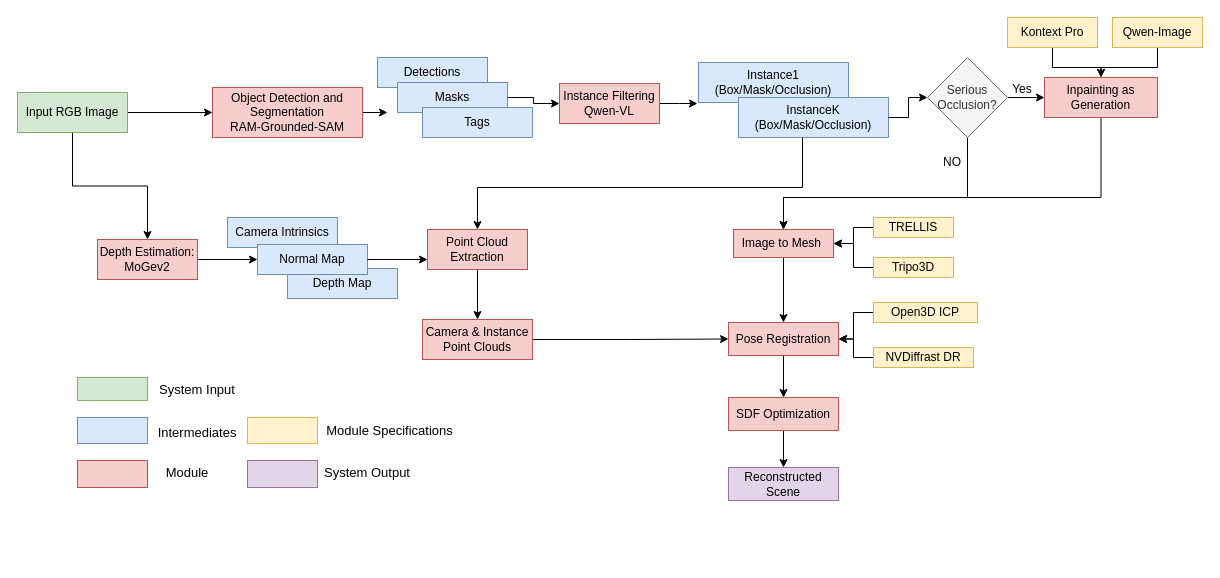
Before: assets/cast.drawio in louie-1988/CAST, a draw.io diagram. Source tidied: cells renumbered, new cells numbered last; positions are measured from the earlier drawing's top-left corner, leaving out a move shared by most shapes. Both pictures are drawn from the tidied source at 100%, with x=0, y=0 at pixel (17, 17).
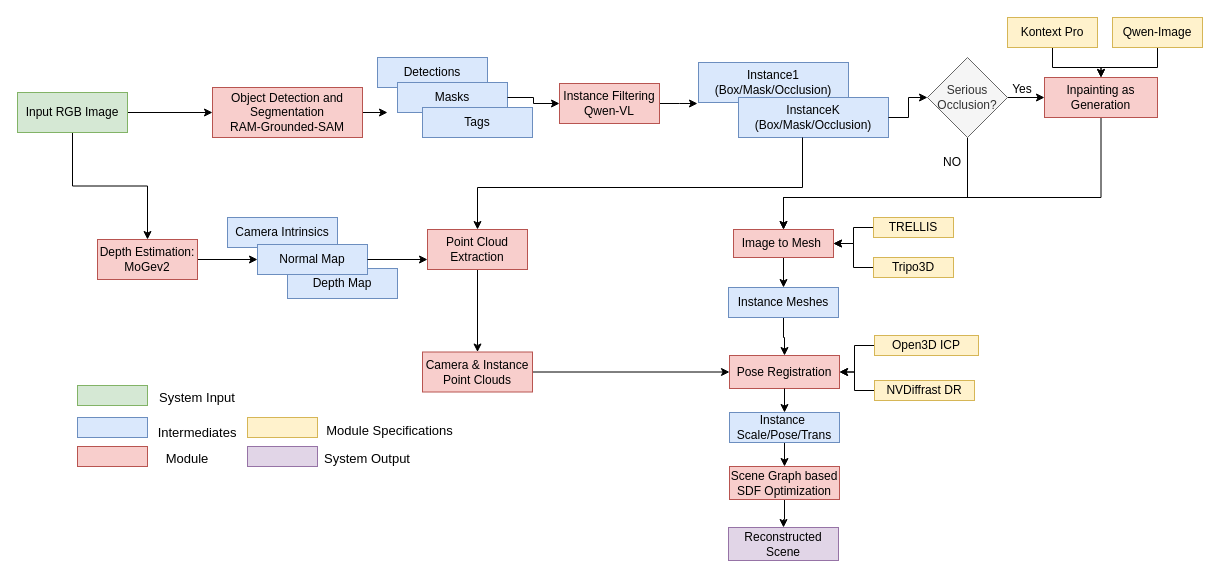
The same page after the edit.

Unchanged cells that the change refers to:
```xml
<mxCell id="18" value="Image to Mesh&amp;nbsp;" style="rounded=0;whiteSpace=wrap;html=1;fillColor=#f8cecc;strokeColor=#b85450;" parent="1" vertex="1">
  <mxGeometry x="716" y="212" width="100" height="28" as="geometry" />
</mxCell>
```

The edit, as a diff of the source:
```diff
@@
     <mxCell id="11" value="Open3D ICP" style="rounded=0;whiteSpace=wrap;html=1;fillColor=#fff2cc;strokeColor=#d6b656;" parent="1" vertex="1">
-      <mxGeometry x="856" y="285" width="104" height="20" as="geometry" />
+      <mxGeometry x="857" y="318" width="104" height="20" as="geometry" />
     </mxCell>
@@
-    <mxCell id="17" style="edgeStyle=orthogonalEdgeStyle;rounded=0;jettySize=auto;html=1;" parent="1" edge="1" source="18" target="26">
-      <mxGeometry relative="1" as="geometry" />
-    </mxCell>
+    <mxCell id="66" style="edgeStyle=orthogonalEdgeStyle;rounded=0;jettySize=auto;html=1;" parent="1" edge="1" source="18" target="68">
+      <mxGeometry relative="1" as="geometry" />
+    </mxCell>
@@
     <mxCell id="20" value="NVDiffrast DR" style="rounded=0;whiteSpace=wrap;html=1;fillColor=#fff2cc;strokeColor=#d6b656;" parent="1" vertex="1">
-      <mxGeometry x="856" y="330" width="100" height="20" as="geometry" />
+      <mxGeometry x="857" y="363" width="100" height="20" as="geometry" />
     </mxCell>
@@
-    <mxCell id="25" style="edgeStyle=orthogonalEdgeStyle;rounded=0;jettySize=auto;html=1;" parent="1" edge="1" source="26" target="47">
+    <mxCell id="25" style="edgeStyle=orthogonalEdgeStyle;rounded=0;jettySize=auto;html=1;exitX=0.5;exitY=1;exitDx=0;exitDy=0;" parent="1" edge="1" source="70" target="47">
       <mxGeometry relative="1" as="geometry" />
     </mxCell>
     <mxCell id="26" value="Pose Registration" style="rounded=0;whiteSpace=wrap;html=1;fillColor=#f8cecc;strokeColor=#b85450;" parent="1" vertex="1">
-      <mxGeometry x="711" y="305" width="110" height="33" as="geometry" />
+      <mxGeometry x="712" y="338" width="110" height="33" as="geometry" />
     </mxCell>
@@
     <mxCell id="40" value="Camera &amp;amp; Instance Point Clouds" style="rounded=0;whiteSpace=wrap;html=1;fillColor=#f8cecc;strokeColor=#b85450;" parent="1" vertex="1">
-      <mxGeometry x="405" y="302" width="110" height="40" as="geometry" />
+      <mxGeometry x="405" y="334.5" width="110" height="40" as="geometry" />
     </mxCell>
@@
-    <mxCell id="47" value="SDF Optimization" style="rounded=0;whiteSpace=wrap;html=1;fillColor=#f8cecc;strokeColor=#b85450;" parent="1" vertex="1">
-      <mxGeometry x="711" y="380" width="110" height="33" as="geometry" />
+    <mxCell id="47" value="Scene Graph based SDF Optimization" style="rounded=0;whiteSpace=wrap;html=1;fillColor=#f8cecc;strokeColor=#b85450;" parent="1" vertex="1">
+      <mxGeometry x="712" y="449" width="110" height="33" as="geometry" />
     </mxCell>
     <mxCell id="48" value="Reconstructed Scene" style="rounded=0;whiteSpace=wrap;html=1;fillColor=#e1d5e7;strokeColor=#9673a6;" parent="1" vertex="1">
-      <mxGeometry x="711" y="450" width="110" height="33" as="geometry" />
+      <mxGeometry x="711" y="510" width="110" height="33" as="geometry" />
     </mxCell>
@@
     <mxCell id="56" style="rounded=0;whiteSpace=wrap;html=1;fillColor=#d5e8d4;strokeColor=#82b366;" parent="1" vertex="1">
-      <mxGeometry x="60" y="360" width="70" height="23" as="geometry" />
+      <mxGeometry x="60" y="368" width="70" height="20" as="geometry" />
     </mxCell>
     <mxCell id="57" style="rounded=0;whiteSpace=wrap;html=1;fillColor=#e1d5e7;strokeColor=#9673a6;" parent="1" vertex="1">
-      <mxGeometry x="230" y="443" width="70" height="27" as="geometry" />
+      <mxGeometry x="230" y="429" width="70" height="20" as="geometry" />
     </mxCell>
     <mxCell id="58" style="rounded=0;whiteSpace=wrap;html=1;fillColor=#f8cecc;strokeColor=#b85450;" parent="1" vertex="1">
-      <mxGeometry x="60" y="443" width="70" height="27" as="geometry" />
+      <mxGeometry x="60" y="429" width="70" height="20" as="geometry" />
     </mxCell>
     <mxCell id="59" style="rounded=0;whiteSpace=wrap;html=1;fillColor=#dae8fc;strokeColor=#6c8ebf;" parent="1" vertex="1">
-      <mxGeometry x="60" y="400" width="70" height="26" as="geometry" />
+      <mxGeometry x="60" y="400" width="70" height="20" as="geometry" />
     </mxCell>
     <mxCell id="60" style="rounded=0;whiteSpace=wrap;html=1;fillColor=#fff2cc;strokeColor=#d6b656;" parent="1" vertex="1">
-      <mxGeometry x="230" y="400" width="70" height="26" as="geometry" />
+      <mxGeometry x="230" y="400" width="70" height="20" as="geometry" />
     </mxCell>
     <mxCell id="61" value="&lt;font style=&quot;font-size: 13px;&quot;&gt;System Input&lt;/font&gt;" style="text;strokeColor=none;align=center;fillColor=none;html=1;verticalAlign=middle;whiteSpace=wrap;rounded=0;" parent="1" vertex="1">
-      <mxGeometry x="140" y="356.5" width="80" height="30" as="geometry" />
+      <mxGeometry x="140" y="364.5" width="80" height="30" as="geometry" />
     </mxCell>
     <mxCell id="62" value="&lt;font style=&quot;font-size: 13px;&quot;&gt;System Output&lt;/font&gt;" style="text;strokeColor=none;align=center;fillColor=none;html=1;verticalAlign=middle;whiteSpace=wrap;rounded=0;" parent="1" vertex="1">
-      <mxGeometry x="305" y="440" width="90" height="30" as="geometry" />
+      <mxGeometry x="305" y="426" width="90" height="30" as="geometry" />
     </mxCell>
@@
     <mxCell id="64" value="&lt;font style=&quot;font-size: 13px;&quot;&gt;Module&lt;/font&gt;" style="text;strokeColor=none;align=center;fillColor=none;html=1;verticalAlign=middle;whiteSpace=wrap;rounded=0;" parent="1" vertex="1">
-      <mxGeometry x="130" y="440" width="80" height="30" as="geometry" />
+      <mxGeometry x="130" y="426" width="80" height="30" as="geometry" />
     </mxCell>
@@
+    <mxCell id="67" style="edgeStyle=orthogonalEdgeStyle;rounded=0;jettySize=auto;html=1;entryX=0.5;entryY=0;entryDx=0;entryDy=0;" parent="1" edge="1" source="68" target="26">
+      <mxGeometry relative="1" as="geometry" />
+    </mxCell>
+    <mxCell id="68" value="Instance Meshes" style="rounded=0;whiteSpace=wrap;html=1;fillColor=#dae8fc;strokeColor=#6c8ebf;" parent="1" vertex="1">
+      <mxGeometry x="711" y="270" width="110" height="30" as="geometry" />
+    </mxCell>
+    <mxCell id="69" style="edgeStyle=orthogonalEdgeStyle;rounded=0;jettySize=auto;html=1;exitX=0.5;exitY=1;exitDx=0;exitDy=0;" parent="1" edge="1" source="26" target="70">
+      <mxGeometry relative="1" as="geometry" />
+    </mxCell>
+    <mxCell id="70" value="Instance&amp;nbsp;&lt;br&gt;Scale/Pose/Trans" style="rounded=0;whiteSpace=wrap;html=1;fillColor=#dae8fc;strokeColor=#6c8ebf;" parent="1" vertex="1">
+      <mxGeometry x="712" y="395" width="110" height="30" as="geometry" />
+    </mxCell>
```
